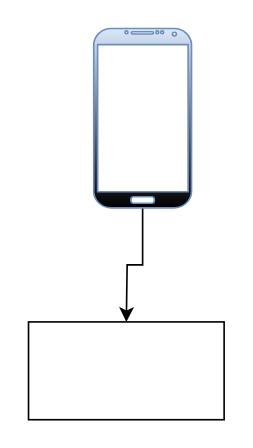
Above: Mobrilz.drawio in ProgrammerNomad/work-flow (draw.io), before the change. Source tidied: cells renumbered, new cells numbered last; positions are measured from the earlier drawing's top-left corner, leaving out a move shared by most shapes. Both pictures are drawn from the tidied source at 163%, with x=0, y=0 at pixel (28, 28).
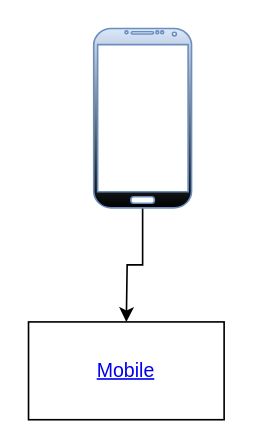
Above is the later version.

The edit, as a diff of the source:
```diff
@@
 <mxGraphModel>
   <root>
     <mxCell id="0" />
     <mxCell id="1" parent="0" />
     <mxCell id="2" style="edgeStyle=orthogonalEdgeStyle;rounded=0;jettySize=auto;html=1;flowAnimation=1;" parent="1" edge="1" source="3">
       <mxGeometry relative="1" as="geometry">
         <mxPoint x="60" y="180" as="targetPoint" />
       </mxGeometry>
     </mxCell>
     <mxCell id="3" style="verticalLabelPosition=bottom;verticalAlign=top;html=1;shadow=0;dashed=0;strokeWidth=1;shape=mxgraph.android.phone2;strokeColor=#6c8ebf;fillColor=#dae8fc;gradientColor=default;" parent="1" vertex="1">
       <mxGeometry x="40" width="60" height="110" as="geometry" />
     </mxCell>
-    <mxCell id="4" style="rounded=0;whiteSpace=wrap;html=1;" parent="1" vertex="1">
+    <mxCell id="4" value="&lt;a href=&quot;test data&quot;&gt;Mobile&lt;/a&gt;" style="rounded=0;whiteSpace=wrap;html=1;" parent="1" vertex="1">
       <mxGeometry y="180" width="120" height="60" as="geometry" />
     </mxCell>
   </root>
 </mxGraphModel>
```
